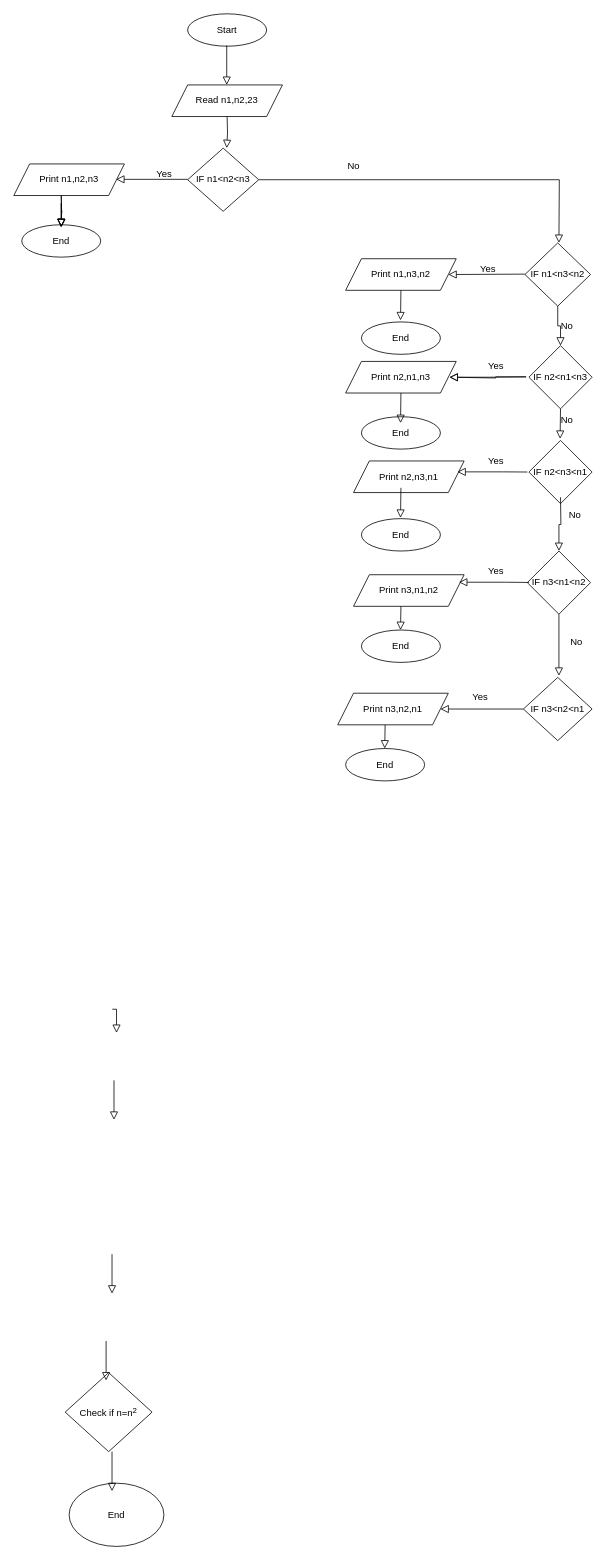
mumugisha/Alphonse_Nkubito keeps this draw.io diagram as Untitled Diagram.drawio. Above is the earlier version. Source tidied: cells renumbered, new cells numbered last; positions are measured from the earlier drawing's top-left corner, leaving out a move shared by most shapes. Both pictures are drawn from the tidied source at 79%, with x=0, y=0 at pixel (13, 13).
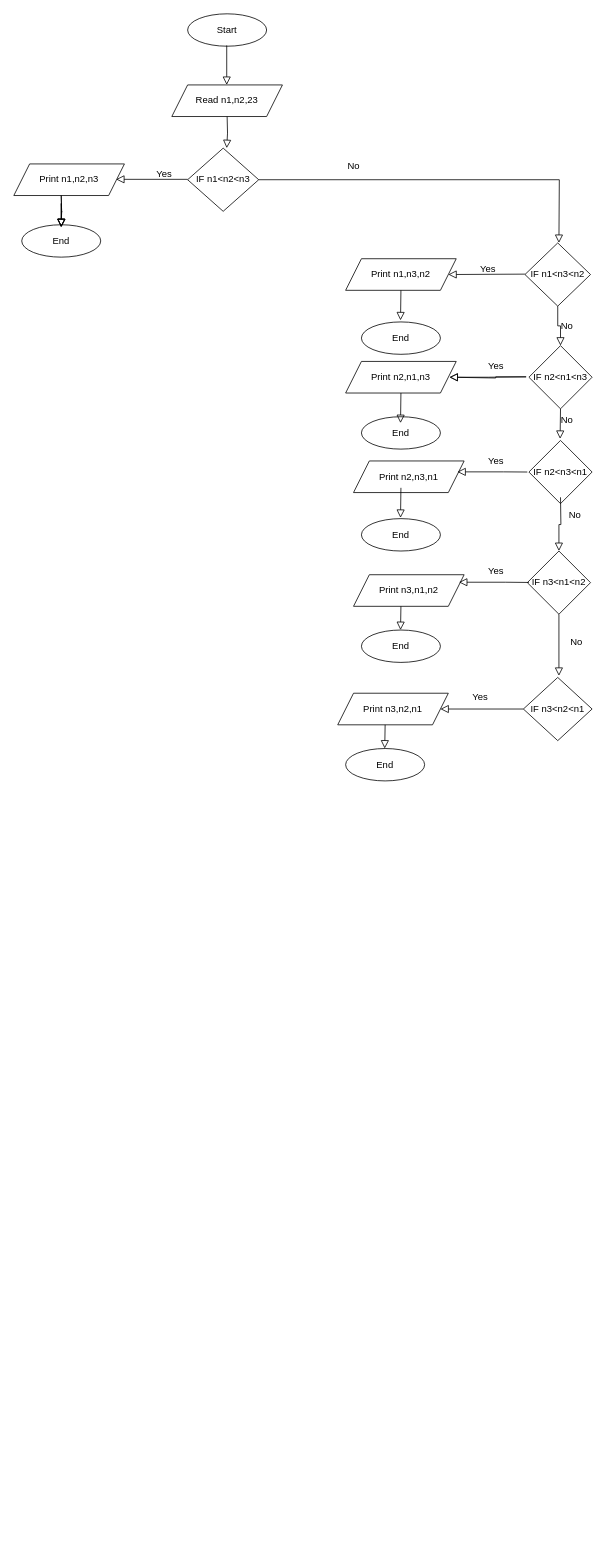
Above is the later version.

Commit message:
FLOW CHART TASK 1

What changed in the source:
```diff
@@
-    <mxCell id="2" style="rounded=0;html=1;jettySize=auto;orthogonalLoop=1;fontSize=11;endArrow=block;endFill=0;endSize=8;strokeWidth=1;shadow=0;labelBackgroundColor=none;edgeStyle=orthogonalEdgeStyle;" parent="1" edge="1">
-      <mxGeometry relative="1" as="geometry">
-        <mxPoint x="124.6" y="1260" as="sourcePoint" />
-        <mxPoint x="130" y="1290" as="targetPoint" />
-      </mxGeometry>
-    </mxCell>
@@
-    <mxCell id="6" style="rounded=0;html=1;jettySize=auto;orthogonalLoop=1;fontSize=11;endArrow=block;endFill=0;endSize=8;strokeWidth=1;shadow=0;labelBackgroundColor=none;edgeStyle=orthogonalEdgeStyle;" parent="1" edge="1">
-      <mxGeometry relative="1" as="geometry">
-        <mxPoint x="124.3" y="1570" as="sourcePoint" />
-        <mxPoint x="124.3" y="1620" as="targetPoint" />
-      </mxGeometry>
-    </mxCell>
-    <mxCell id="7" value="Check if n=n&lt;sup&gt;2&lt;/sup&gt;" style="rhombus;whiteSpace=wrap;html=1;" parent="1" vertex="1">
-      <mxGeometry x="65" y="1720" width="110" height="100" as="geometry" />
-    </mxCell>
-    <mxCell id="8" style="rounded=0;html=1;jettySize=auto;orthogonalLoop=1;fontSize=11;endArrow=block;endFill=0;endSize=8;strokeWidth=1;shadow=0;labelBackgroundColor=none;edgeStyle=orthogonalEdgeStyle;" parent="1" edge="1">
-      <mxGeometry relative="1" as="geometry">
-        <mxPoint x="116.8" y="1680" as="sourcePoint" />
-        <mxPoint x="116.8" y="1730" as="targetPoint" />
-      </mxGeometry>
-    </mxCell>
-    <mxCell id="9" value="End" style="ellipse;whiteSpace=wrap;html=1;" parent="1" vertex="1">
-      <mxGeometry x="70" y="1860" width="120" height="80" as="geometry" />
-    </mxCell>
-    <mxCell id="10" style="rounded=0;html=1;jettySize=auto;orthogonalLoop=1;fontSize=11;endArrow=block;endFill=0;endSize=8;strokeWidth=1;shadow=0;labelBackgroundColor=none;edgeStyle=orthogonalEdgeStyle;" parent="1" edge="1">
-      <mxGeometry relative="1" as="geometry">
-        <mxPoint x="124.3" y="1820" as="sourcePoint" />
-        <mxPoint x="124.3" y="1870" as="targetPoint" />
-      </mxGeometry>
-    </mxCell>
-    <mxCell id="11" style="rounded=0;html=1;jettySize=auto;orthogonalLoop=1;fontSize=11;endArrow=block;endFill=0;endSize=8;strokeWidth=1;shadow=0;labelBackgroundColor=none;edgeStyle=orthogonalEdgeStyle;" parent="1" edge="1">
-      <mxGeometry relative="1" as="geometry">
-        <mxPoint x="126.8" y="1350" as="sourcePoint" />
-        <mxPoint x="126.8" y="1400" as="targetPoint" />
-      </mxGeometry>
-    </mxCell>
```
